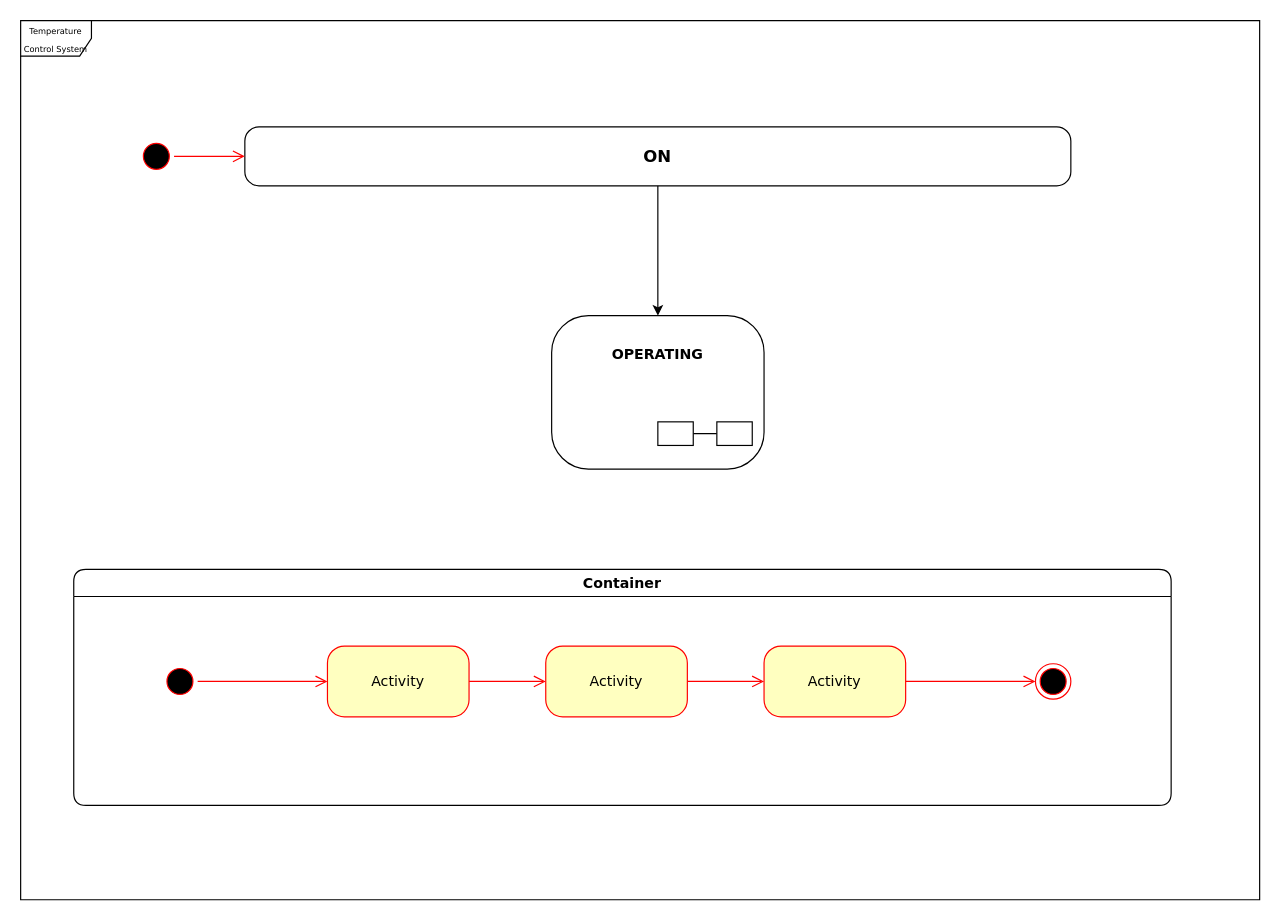
The draw.io diagram temp_co2_control_system.drawio in OZiad/UML_State_Machine_331, before the edit. Source tidied: cells renumbered, new cells numbered last; positions are measured from the earlier drawing's top-left corner, leaving out a move shared by most shapes. Both pictures are drawn from the tidied source at 118%, with x=0, y=0 at pixel (20, 20).
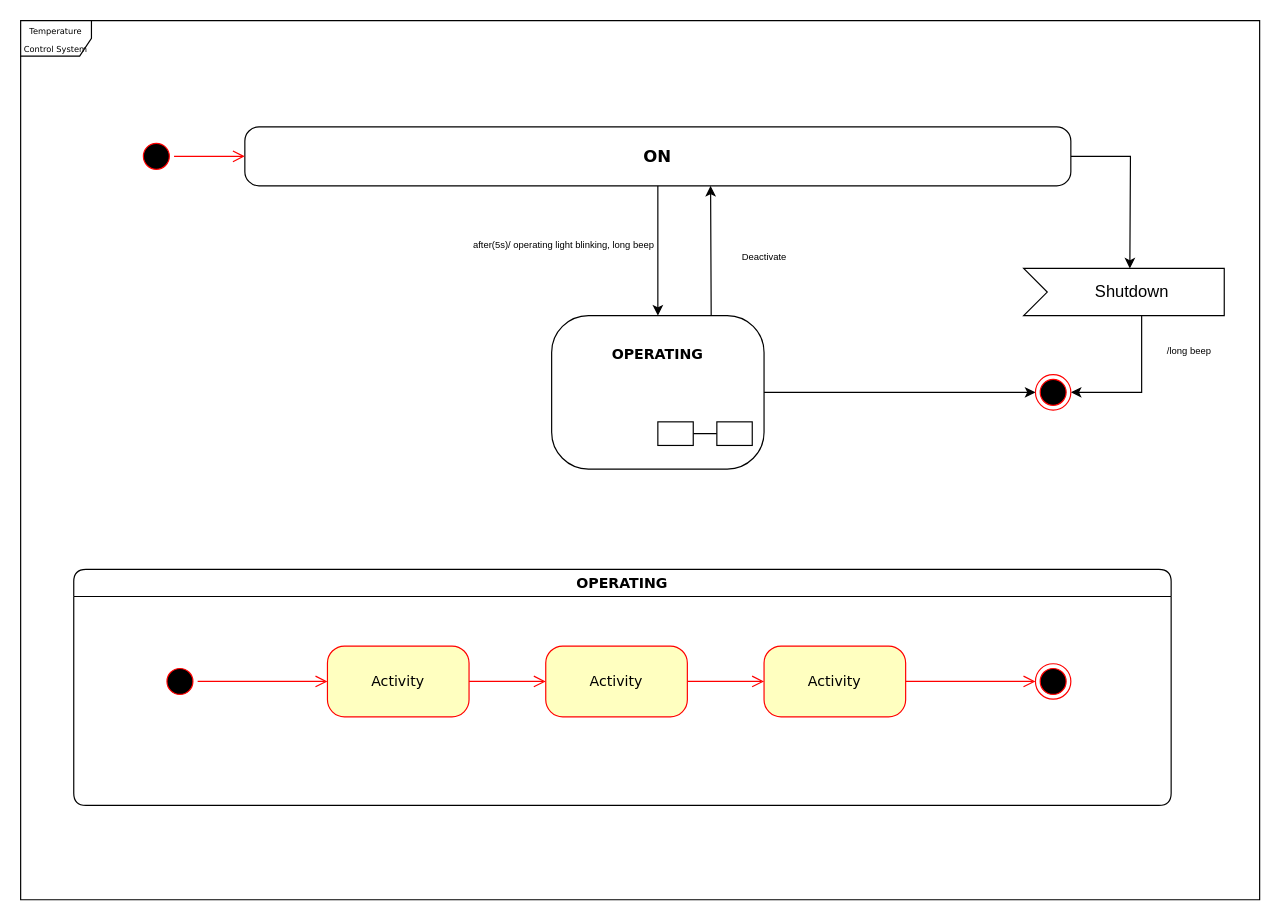
After the change.

Commit message:
Add shutdown signal

Unchanged cells that the change refers to:
```xml
<mxCell id="5" value="&lt;font style=&quot;font-size: 14px;&quot;&gt;&lt;b&gt;ON&lt;/b&gt;&lt;/font&gt;" style="rounded=1;whiteSpace=wrap;html=1;arcSize=24;shadow=0;comic=0;labelBackgroundColor=none;fontFamily=Verdana;fontSize=12;align=center;" parent="1" vertex="1">
  <mxGeometry x="190" y="90" width="700" height="50" as="geometry" />
</mxCell>
```

Diff of the diagram source:
```diff
@@
+    <mxCell id="21" style="edgeStyle=orthogonalEdgeStyle;rounded=0;jettySize=auto;html=1;" parent="1" edge="1" source="5">
+      <mxGeometry relative="1" as="geometry">
+        <mxPoint x="940" y="210" as="targetPoint" />
+      </mxGeometry>
+    </mxCell>
@@
-    <mxCell id="6" value="Container" style="swimlane;whiteSpace=wrap;html=1;rounded=1;shadow=0;comic=0;labelBackgroundColor=none;strokeWidth=1;fontFamily=Verdana;fontSize=12;align=center;" parent="1" vertex="1">
+    <mxCell id="6" value="OPERATING" style="swimlane;whiteSpace=wrap;html=1;rounded=1;shadow=0;comic=0;labelBackgroundColor=none;strokeWidth=1;fontFamily=Verdana;fontSize=12;align=center;" parent="1" vertex="1">
       <mxGeometry x="45" y="465" width="930" height="200" as="geometry" />
     </mxCell>
@@
+    <mxCell id="22" style="edgeStyle=orthogonalEdgeStyle;rounded=0;orthogonalLoop=1;jettySize=auto;html=1;" parent="1" edge="1">
+      <mxGeometry relative="1" as="geometry">
+        <mxPoint x="524.7" y="250" as="sourcePoint" />
+        <mxPoint x="584.7" y="140" as="targetPoint" />
+      </mxGeometry>
+    </mxCell>
+    <mxCell id="23" style="edgeStyle=orthogonalEdgeStyle;rounded=0;jettySize=auto;html=1;" parent="1" edge="1" source="17" target="28">
+      <mxGeometry relative="1" as="geometry" />
+    </mxCell>
-    <mxCell id="17" value="&lt;span style=&quot;font-size: 14px;&quot;&gt;&lt;b style=&quot;font-size: 12px;&quot;&gt;&lt;br&gt;OPERATING&lt;/b&gt;&lt;/span&gt;" style="rounded=1;whiteSpace=wrap;html=1;arcSize=24;shadow=0;comic=0;labelBackgroundColor=none;fontFamily=Verdana;fontSize=12;align=center;verticalAlign=top;horizontal=1;" parent="1" vertex="1">
+    <mxCell id="17" value="&lt;span style=&quot;font-size: 14px;&quot;&gt;&lt;b style=&quot;font-size: 12px;&quot;&gt;&lt;br&gt;OPERATING&lt;/b&gt;&lt;/span&gt;" style="rounded=1;whiteSpace=wrap;html=1;arcSize=24;shadow=0;comic=0;labelBackgroundColor=none;fontFamily=Verdana;fontSize=12;align=center;verticalAlign=top;horizontal=1;points=[[0,0,0,0,0],[0,0.25,0,0,0],[0,0.5,0,0,0],[0,0.75,0,0,0],[0,1,0,0,0],[0.25,0,0,0,0],[0.25,1,0,0,0],[0.5,0,0,0,0],[0.5,1,0,0,0],[0.75,0,0,0,0],[0.75,1,0,0,0],[1,0,0,0,0],[1,0.25,0,0,0],[1,0.5,0,0,0],[1,0.75,0,0,0],[1,1,0,0,0]];" parent="1" vertex="1">
       <mxGeometry x="450" y="250" width="180" height="130" as="geometry" />
     </mxCell>
@@
+    <mxCell id="24" value="after(5s)/ operating light blinking, long beep" style="text;strokeColor=none;fillColor=none;html=1;fontSize=8;fontStyle=0;verticalAlign=middle;align=center;" parent="1" vertex="1">
+      <mxGeometry x="410" y="170" width="100" height="40" as="geometry" />
+    </mxCell>
+    <mxCell id="25" value="Deactivate" style="text;strokeColor=none;fillColor=none;html=1;fontSize=8;fontStyle=0;verticalAlign=middle;align=center;" parent="1" vertex="1">
+      <mxGeometry x="580" y="180" width="100" height="40" as="geometry" />
+    </mxCell>
+    <mxCell id="26" value="Shutdown" style="html=1;shape=mxgraph.infographic.ribbonSimple;notch1=20;notch2=0;align=center;verticalAlign=middle;fontSize=14;fontStyle=0;fillColor=#FFFFFF;flipH=0;spacingRight=0;spacingLeft=14;whiteSpace=wrap;" parent="1" vertex="1">
+      <mxGeometry x="850" y="210" width="170" height="40" as="geometry" />
+    </mxCell>
+    <mxCell id="27" style="edgeStyle=orthogonalEdgeStyle;rounded=0;jettySize=auto;html=1;" parent="1" edge="1" target="28">
+      <mxGeometry relative="1" as="geometry">
+        <mxPoint x="950" y="250" as="sourcePoint" />
+        <Array as="points">
+          <mxPoint x="950" y="315" />
+        </Array>
+      </mxGeometry>
+    </mxCell>
+    <mxCell id="28" style="ellipse;html=1;shape=endState;fillColor=#000000;strokeColor=#ff0000;rounded=1;shadow=0;comic=0;labelBackgroundColor=none;fontFamily=Verdana;fontSize=12;fontColor=#000000;align=center;" parent="1" vertex="1">
+      <mxGeometry x="860" y="300" width="30" height="30" as="geometry" />
+    </mxCell>
+    <mxCell id="29" value="/long beep" style="text;strokeColor=none;fillColor=none;html=1;fontSize=8;fontStyle=0;verticalAlign=middle;align=center;" parent="1" vertex="1">
+      <mxGeometry x="940" y="260" width="100" height="40" as="geometry" />
+    </mxCell>
```
